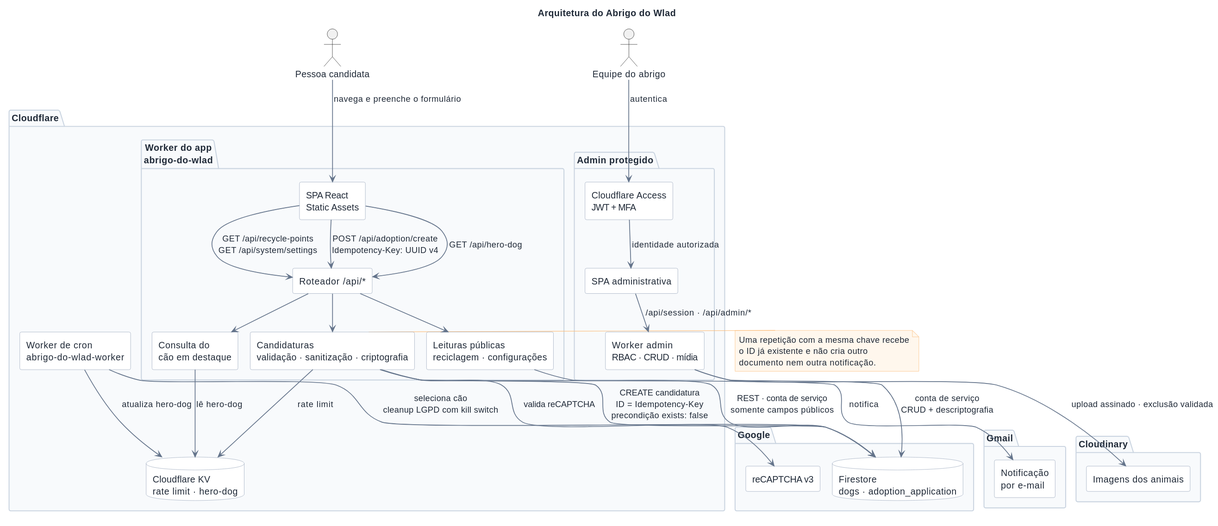
This is docs/architecture.svg from rosa-gus/abrigo-do-wlad, a PlantUML export, as it was before one commit. Source of this version:
```plantuml
@startuml
!pragma layout smetana
title Arquitetura do Abrigo do Wlad

skinparam backgroundColor #FFFFFF
skinparam shadowing false
skinparam componentStyle rectangle
skinparam defaultFontName Arial
skinparam defaultFontColor #1F2937
skinparam ArrowColor #64748B
skinparam ArrowThickness 1.2
skinparam packageBorderColor #CBD5E1
skinparam packageBackgroundColor #F8FAFC
skinparam componentBorderColor #94A3B8
skinparam componentBackgroundColor #FFFFFF
skinparam databaseBorderColor #94A3B8
skinparam databaseBackgroundColor #FFFFFF
skinparam noteBorderColor #FDBA74
skinparam noteBackgroundColor #FFF7ED

actor "Pessoa candidata" as candidate
actor "Equipe do abrigo" as staff

package "Cloudflare" as cloudflare {
  package "Worker do app\nabrigo-do-wlad" as app_worker {
    component "SPA React\nStatic Assets" as spa
    component "Roteador /api/*" as router
    component "Candidaturas\nvalidação · sanitização · criptografia" as adoption
    component "Consulta do\ncão em destaque" as hero_api
    component "Leituras públicas\nreciclagem · configurações" as public_data
  }

  component "Worker de cron\nabrigo-do-wlad-worker" as cron
  package "Admin protegido" as admin_app {
    component "Cloudflare Access\nJWT + MFA" as access
    component "SPA administrativa" as admin_spa
    component "Worker admin\nRBAC · CRUD · mídia" as admin_worker
  }
  database "Cloudflare KV\nrate limit · hero-dog" as kv
}

package "Google" as google {
  component "reCAPTCHA v3" as recaptcha
  database "Firestore\ndogs · adoption_application" as firestore
}

package "Cloudinary" as cloudinary {
  component "Imagens dos animais" as images
}

package "Gmail" as gmail {
  component "Notificação\npor e-mail" as email
}

candidate --> spa : navega e preenche o formulário
staff --> access : autentica
access --> admin_spa : identidade autorizada
admin_spa --> admin_worker : /api/session · /api/admin/*
admin_worker --> firestore : conta de serviço\nCRUD + descriptografia
admin_worker --> images : upload assinado · exclusão validada
spa --> router : GET /api/hero-dog
router --> hero_api
hero_api --> kv : lê hero-dog
spa --> router : GET /api/recycle-points\nGET /api/system/settings
router --> public_data
public_data --> firestore : REST · conta de serviço\nsomente campos públicos

spa --> router : POST /api/adoption/create\nIdempotency-Key: UUID v4
router --> adoption
adoption --> kv : rate limit
adoption --> recaptcha : valida reCAPTCHA
adoption --> firestore : CREATE candidatura\nID = Idempotency-Key\nprecondição exists: false
adoption --> email : notifica

cron --> firestore : seleciona cão\ncleanup LGPD com kill switch
cron --> kv : atualiza hero-dog

note right of adoption
  Uma repetição com a mesma chave recebe
  o ID já existente e não cria outro
  documento nem outra notificação.
end note
@enduml
```
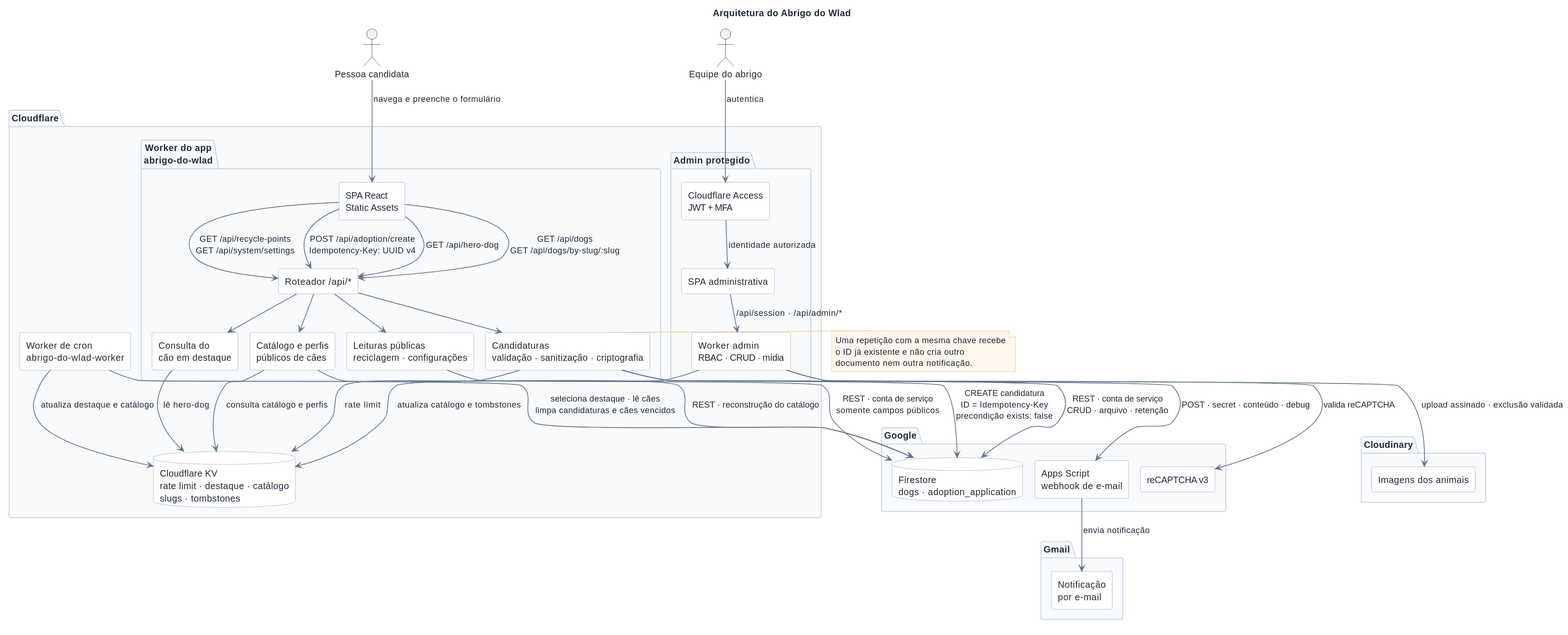
After the commit.

Change to the diagram source:
```diff
@@ -27,6 +27,7 @@
     component "Roteador /api/*" as router
     component "Candidaturas\nvalidação · sanitização · criptografia" as adoption
     component "Consulta do\ncão em destaque" as hero_api
+    component "Catálogo e perfis\npúblicos de cães" as dogs_api
     component "Leituras públicas\nreciclagem · configurações" as public_data
   }
 
@@ -36,12 +37,13 @@
     component "SPA administrativa" as admin_spa
     component "Worker admin\nRBAC · CRUD · mídia" as admin_worker
   }
-  database "Cloudflare KV\nrate limit · hero-dog" as kv
+  database "Cloudflare KV\nrate limit · destaque · catálogo\nslugs · tombstones" as kv
 }
 
 package "Google" as google {
   component "reCAPTCHA v3" as recaptcha
   database "Firestore\ndogs · adoption_application" as firestore
+  component "Apps Script\nwebhook de e-mail" as email_webhook
 }
 
 package "Cloudinary" as cloudinary {
@@ -56,11 +58,16 @@
 staff --> access : autentica
 access --> admin_spa : identidade autorizada
 admin_spa --> admin_worker : /api/session · /api/admin/*
-admin_worker --> firestore : conta de serviço\nCRUD + descriptografia
+admin_worker --> firestore : REST · conta de serviço\nCRUD · arquivo · retenção
 admin_worker --> images : upload assinado · exclusão validada
+admin_worker --> kv : atualiza catálogo e tombstones
 spa --> router : GET /api/hero-dog
 router --> hero_api
 hero_api --> kv : lê hero-dog
+spa --> router : GET /api/dogs\nGET /api/dogs/by-slug/:slug
+router --> dogs_api
+dogs_api --> kv : consulta catálogo e perfis
+dogs_api --> firestore : REST · reconstrução do catálogo
 spa --> router : GET /api/recycle-points\nGET /api/system/settings
 router --> public_data
 public_data --> firestore : REST · conta de serviço\nsomente campos públicos
@@ -70,10 +77,11 @@
 adoption --> kv : rate limit
 adoption --> recaptcha : valida reCAPTCHA
 adoption --> firestore : CREATE candidatura\nID = Idempotency-Key\nprecondição exists: false
-adoption --> email : notifica
+adoption --> email_webhook : POST · secret · conteúdo · debug
+email_webhook --> email : envia notificação
 
-cron --> firestore : seleciona cão\ncleanup LGPD com kill switch
-cron --> kv : atualiza hero-dog
+cron --> firestore : seleciona destaque · lê cães\nlimpa candidaturas e cães vencidos
+cron --> kv : atualiza destaque e catálogo
 
 note right of adoption
   Uma repetição com a mesma chave recebe
```
